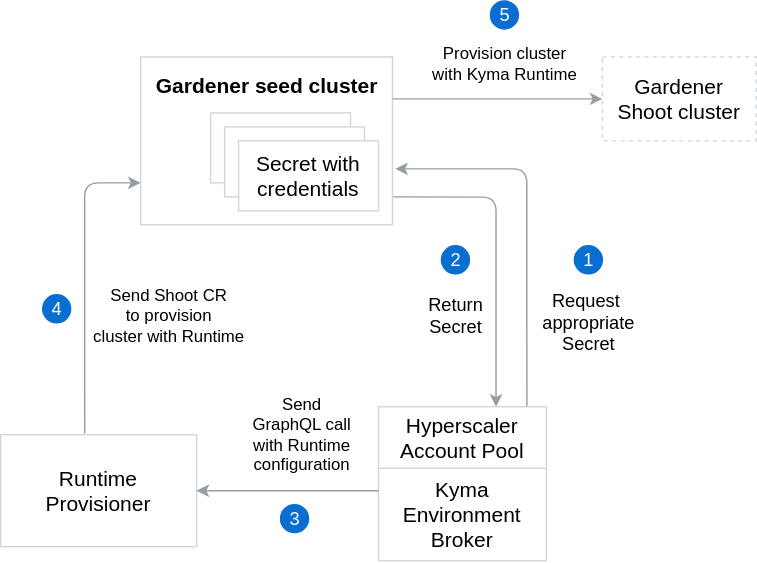
Earlier version of the draw.io export docs/kyma-environment-broker/assets/hap-flow.svg (kyma-project/control-plane). Source tidied: cells renumbered, new cells last; positions are measured from the earlier drawing's top-left corner, leaving out a move shared by most shapes. Source of this version:
```xml
<mxGraphModel>
  <root>
    <mxCell id="0" />
    <mxCell id="1" parent="0" />
    <mxCell id="2" style="endArrow=none;startArrow=classic;html=1;strokeColor=#959CA4;startFill=1;endFill=0;" parent="1" edge="1">
      <mxGeometry relative="1" as="geometry">
        <mxPoint x="354" y="290" as="sourcePoint" />
        <mxPoint x="280" y="140" as="targetPoint" />
        <Array as="points">
          <mxPoint x="354" y="240.3" />
          <mxPoint x="354" y="140.3" />
        </Array>
      </mxGeometry>
    </mxCell>
    <mxCell id="3" style="rounded=0;whiteSpace=wrap;html=1;strokeColor=#D2D5D9;" parent="1" vertex="1">
      <mxGeometry x="100" y="40" width="180" height="120" as="geometry" />
    </mxCell>
    <mxCell id="4" value="&lt;font style=&quot;font-size: 15px&quot;&gt;Gardener &lt;br&gt;Shoot cluster&lt;/font&gt;" style="rounded=0;whiteSpace=wrap;html=1;strokeColor=#D2D5D9;dashed=1;" parent="1" vertex="1">
      <mxGeometry x="430" y="40" width="110" height="60" as="geometry" />
    </mxCell>
    <mxCell id="5" value="&lt;font style=&quot;font-size: 15px&quot;&gt;Runtime &lt;br&gt;Provisioner&lt;/font&gt;" style="rounded=0;whiteSpace=wrap;html=1;strokeColor=#D2D5D9;" parent="1" vertex="1">
      <mxGeometry y="310" width="140" height="80" as="geometry" />
    </mxCell>
    <mxCell id="6" value="&lt;b&gt;&lt;font style=&quot;font-size: 15px&quot;&gt;Gardener seed cluster&lt;/font&gt;&lt;/b&gt;" style="text;html=1;align=center;verticalAlign=middle;" parent="1" vertex="1">
      <mxGeometry x="105" y="50" width="170" height="20" as="geometry" />
    </mxCell>
    <mxCell id="7" value="&lt;font style=&quot;font-size: 15px&quot;&gt;Secret with credentials&lt;/font&gt;" style="rounded=0;whiteSpace=wrap;html=1;strokeColor=#D2D5D9;" parent="1" vertex="1">
      <mxGeometry x="150" y="80" width="100" height="50" as="geometry" />
    </mxCell>
    <mxCell id="8" style="group;" parent="1" vertex="1">
      <mxGeometry x="270" y="290" width="120" height="110" as="geometry" />
    </mxCell>
    <mxCell id="9" value="&lt;font style=&quot;font-size: 15px&quot;&gt;Kyma Environment Broker&lt;/font&gt;" style="rounded=0;whiteSpace=wrap;html=1;strokeColor=#D2D5D9;" parent="8" vertex="1">
      <mxGeometry y="44" width="120" height="66" as="geometry" />
    </mxCell>
    <mxCell id="10" value="&lt;font style=&quot;font-size: 15px&quot;&gt;Hyperscaler Account Pool&lt;/font&gt;" style="rounded=0;whiteSpace=wrap;html=1;strokeColor=#D2D5D9;" parent="8" vertex="1">
      <mxGeometry width="120" height="44" as="geometry" />
    </mxCell>
    <mxCell id="11" style="endArrow=classic;startArrow=none;html=1;strokeColor=#959CA4;startFill=0;exitX=0.884;exitY=-0.006;exitDx=0;exitDy=0;exitPerimeter=0;" parent="1" edge="1" source="10">
      <mxGeometry relative="1" as="geometry">
        <mxPoint x="282" y="120" as="targetPoint" />
        <Array as="points">
          <mxPoint x="376" y="220" />
          <mxPoint x="376" y="120" />
        </Array>
      </mxGeometry>
    </mxCell>
    <mxCell id="12" style="group;" parent="1" vertex="1">
      <mxGeometry x="410" y="175" width="20" height="20" as="geometry" />
    </mxCell>
    <mxCell id="13" style="ellipse;whiteSpace=wrap;html=1;strokeColor=#0A6ED1;fillColor=#0A6ED1;fontColor=#FFFFFF;" parent="12" vertex="1">
      <mxGeometry width="20" height="20" as="geometry" />
    </mxCell>
    <mxCell id="14" value="1" style="text;html=1;align=center;verticalAlign=middle;fillColor=none;strokeColor=none;rounded=0;fontColor=#FFFFFF;fontSize=13;" parent="12" vertex="1">
      <mxGeometry width="20" height="20" as="geometry" />
    </mxCell>
    <mxCell id="15" value="&lt;font style=&quot;font-size: 13px&quot;&gt;Request&amp;nbsp;&lt;br&gt;appropriate&lt;br&gt;Secret&lt;br&gt;&lt;/font&gt;" style="text;html=1;align=center;verticalAlign=middle;" parent="1" vertex="1">
      <mxGeometry x="380" y="205" width="80" height="50" as="geometry" />
    </mxCell>
    <mxCell id="16" style="endArrow=classic;startArrow=none;html=1;entryX=1;entryY=0.5;entryDx=0;entryDy=0;strokeColor=#959CA4;startFill=0;" parent="1" edge="1" target="5">
      <mxGeometry relative="1" as="geometry">
        <mxPoint x="270" y="350" as="sourcePoint" />
        <Array as="points">
          <mxPoint x="210" y="350" />
        </Array>
      </mxGeometry>
    </mxCell>
    <mxCell id="17" style="group;" parent="1" vertex="1">
      <mxGeometry x="200" y="360" width="20" height="20" as="geometry" />
    </mxCell>
    <mxCell id="18" style="ellipse;whiteSpace=wrap;html=1;strokeColor=#0A6ED1;fillColor=#0A6ED1;fontColor=#FFFFFF;" parent="17" vertex="1">
      <mxGeometry width="20" height="20" as="geometry" />
    </mxCell>
    <mxCell id="19" value="3" style="text;html=1;align=center;verticalAlign=middle;fillColor=none;strokeColor=none;rounded=0;fontColor=#FFFFFF;fontSize=13;" parent="17" vertex="1">
      <mxGeometry width="20" height="20" as="geometry" />
    </mxCell>
    <mxCell id="20" value="Send &lt;br&gt;GraphQL call &lt;br&gt;with Runtime &lt;br&gt;configuration" style="text;html=1;align=center;verticalAlign=middle;" parent="1" vertex="1">
      <mxGeometry x="170" y="280" width="90" height="60" as="geometry" />
    </mxCell>
    <mxCell id="21" value="&lt;font style=&quot;font-size: 15px&quot;&gt;Secret with credentials&lt;/font&gt;" style="rounded=0;whiteSpace=wrap;html=1;strokeColor=#D2D5D9;" parent="1" vertex="1">
      <mxGeometry x="160" y="90" width="100" height="50" as="geometry" />
    </mxCell>
    <mxCell id="22" value="&lt;font style=&quot;font-size: 15px&quot;&gt;Secret with credentials&lt;/font&gt;" style="rounded=0;whiteSpace=wrap;html=1;strokeColor=#D2D5D9;" parent="1" vertex="1">
      <mxGeometry x="170" y="100" width="100" height="50" as="geometry" />
    </mxCell>
    <mxCell id="23" style="endArrow=classic;startArrow=none;html=1;entryX=0;entryY=0.75;entryDx=0;entryDy=0;strokeColor=#959CA4;startFill=0;exitX=0.429;exitY=-0.012;exitDx=0;exitDy=0;exitPerimeter=0;" parent="1" edge="1" source="5" target="3">
      <mxGeometry relative="1" as="geometry">
        <Array as="points">
          <mxPoint x="60" y="270" />
          <mxPoint x="60" y="130" />
        </Array>
      </mxGeometry>
    </mxCell>
    <mxCell id="24" style="group;" parent="1" vertex="1">
      <mxGeometry x="30" y="210" width="20" height="20" as="geometry" />
    </mxCell>
    <mxCell id="25" style="ellipse;whiteSpace=wrap;html=1;strokeColor=#0A6ED1;fillColor=#0A6ED1;fontColor=#FFFFFF;" parent="24" vertex="1">
      <mxGeometry width="20" height="20" as="geometry" />
    </mxCell>
    <mxCell id="26" value="4" style="text;html=1;align=center;verticalAlign=middle;fillColor=none;strokeColor=none;rounded=0;fontColor=#FFFFFF;fontSize=13;" parent="24" vertex="1">
      <mxGeometry width="20" height="20" as="geometry" />
    </mxCell>
    <mxCell id="27" value="Send Shoot CR &lt;br&gt;to provision &lt;br&gt;cluster with Runtime" style="text;html=1;align=center;verticalAlign=middle;" parent="1" vertex="1">
      <mxGeometry x="60" y="200" width="120" height="50" as="geometry" />
    </mxCell>
    <mxCell id="28" style="group;" parent="1" vertex="1">
      <mxGeometry x="315" y="175" width="20" height="20" as="geometry" />
    </mxCell>
    <mxCell id="29" style="ellipse;whiteSpace=wrap;html=1;strokeColor=#0A6ED1;fillColor=#0A6ED1;fontColor=#FFFFFF;" parent="28" vertex="1">
      <mxGeometry width="20" height="20" as="geometry" />
    </mxCell>
    <mxCell id="30" value="2" style="text;html=1;align=center;verticalAlign=middle;fillColor=none;strokeColor=none;rounded=0;fontColor=#FFFFFF;fontSize=13;" parent="28" vertex="1">
      <mxGeometry width="20" height="20" as="geometry" />
    </mxCell>
    <mxCell id="31" value="&lt;font style=&quot;font-size: 13px&quot;&gt;Return&lt;br&gt;Secret&lt;br&gt;&lt;/font&gt;" style="text;html=1;align=center;verticalAlign=middle;" parent="1" vertex="1">
      <mxGeometry x="300" y="210" width="50" height="30" as="geometry" />
    </mxCell>
    <mxCell id="32" style="endArrow=classic;startArrow=none;html=1;entryX=0;entryY=0.5;entryDx=0;entryDy=0;strokeColor=#959CA4;startFill=0;exitX=1;exitY=0.25;exitDx=0;exitDy=0;" parent="1" edge="1" source="3" target="4">
      <mxGeometry relative="1" as="geometry" />
    </mxCell>
    <mxCell id="33" style="group;" parent="1" vertex="1">
      <mxGeometry x="350" width="20" height="20" as="geometry" />
    </mxCell>
    <mxCell id="34" style="ellipse;whiteSpace=wrap;html=1;strokeColor=#0A6ED1;fillColor=#0A6ED1;fontColor=#FFFFFF;" parent="33" vertex="1">
      <mxGeometry width="20" height="20" as="geometry" />
    </mxCell>
    <mxCell id="35" value="5" style="text;html=1;align=center;verticalAlign=middle;fillColor=none;strokeColor=none;rounded=0;fontColor=#FFFFFF;fontSize=13;" parent="33" vertex="1">
      <mxGeometry width="20" height="20" as="geometry" />
    </mxCell>
    <mxCell id="36" value="Provision cluster &lt;br&gt;with Kyma Runtime" style="text;html=1;align=center;verticalAlign=middle;" parent="1" vertex="1">
      <mxGeometry x="300" y="30" width="120" height="30" as="geometry" />
    </mxCell>
  </root>
</mxGraphModel>
```
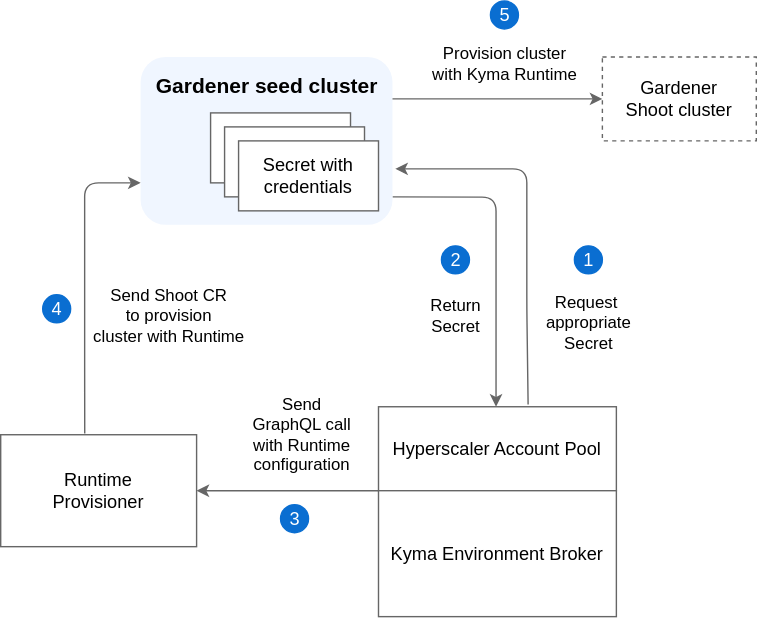
Later version of the same file.

Change to the diagram source:
```diff
@@ -2,7 +2,7 @@
   <root>
     <mxCell id="0" />
     <mxCell id="1" parent="0" />
-    <mxCell id="2" style="endArrow=none;startArrow=classic;html=1;strokeColor=#959CA4;startFill=1;endFill=0;" parent="1" edge="1">
+    <mxCell id="2" style="endArrow=none;startArrow=classic;html=1;strokeColor=#666666;startFill=1;endFill=0;" parent="1" edge="1">
       <mxGeometry relative="1" as="geometry">
         <mxPoint x="354" y="290" as="sourcePoint" />
         <mxPoint x="280" y="140" as="targetPoint" />
@@ -12,31 +12,22 @@
         </Array>
       </mxGeometry>
     </mxCell>
-    <mxCell id="3" style="rounded=0;whiteSpace=wrap;html=1;strokeColor=#D2D5D9;" parent="1" vertex="1">
+    <mxCell id="3" style="rounded=1;whiteSpace=wrap;html=1;strokeColor=none;fillColor=#F0F6FF;" parent="1" vertex="1">
       <mxGeometry x="100" y="40" width="180" height="120" as="geometry" />
     </mxCell>
-    <mxCell id="4" value="&lt;font style=&quot;font-size: 15px&quot;&gt;Gardener &lt;br&gt;Shoot cluster&lt;/font&gt;" style="rounded=0;whiteSpace=wrap;html=1;strokeColor=#D2D5D9;dashed=1;" parent="1" vertex="1">
+    <mxCell id="4" value="&lt;font style=&quot;font-size: 13px&quot;&gt;Gardener &lt;br&gt;Shoot cluster&lt;/font&gt;" style="rounded=0;whiteSpace=wrap;html=1;strokeColor=#666666;dashed=1;" parent="1" vertex="1">
       <mxGeometry x="430" y="40" width="110" height="60" as="geometry" />
     </mxCell>
-    <mxCell id="5" value="&lt;font style=&quot;font-size: 15px&quot;&gt;Runtime &lt;br&gt;Provisioner&lt;/font&gt;" style="rounded=0;whiteSpace=wrap;html=1;strokeColor=#D2D5D9;" parent="1" vertex="1">
+    <mxCell id="5" value="&lt;font style=&quot;font-size: 13px&quot;&gt;Runtime &lt;br&gt;Provisioner&lt;/font&gt;" style="rounded=0;whiteSpace=wrap;html=1;strokeColor=#666666;" parent="1" vertex="1">
       <mxGeometry y="310" width="140" height="80" as="geometry" />
     </mxCell>
     <mxCell id="6" value="&lt;b&gt;&lt;font style=&quot;font-size: 15px&quot;&gt;Gardener seed cluster&lt;/font&gt;&lt;/b&gt;" style="text;html=1;align=center;verticalAlign=middle;" parent="1" vertex="1">
       <mxGeometry x="105" y="50" width="170" height="20" as="geometry" />
     </mxCell>
-    <mxCell id="7" value="&lt;font style=&quot;font-size: 15px&quot;&gt;Secret with credentials&lt;/font&gt;" style="rounded=0;whiteSpace=wrap;html=1;strokeColor=#D2D5D9;" parent="1" vertex="1">
+    <mxCell id="7" value="&lt;font style=&quot;font-size: 15px&quot;&gt;Secret with credentials&lt;/font&gt;" style="rounded=0;whiteSpace=wrap;html=1;strokeColor=#666666;" parent="1" vertex="1">
       <mxGeometry x="150" y="80" width="100" height="50" as="geometry" />
     </mxCell>
-    <mxCell id="8" style="group;" parent="1" vertex="1">
-      <mxGeometry x="270" y="290" width="120" height="110" as="geometry" />
-    </mxCell>
-    <mxCell id="9" value="&lt;font style=&quot;font-size: 15px&quot;&gt;Kyma Environment Broker&lt;/font&gt;" style="rounded=0;whiteSpace=wrap;html=1;strokeColor=#D2D5D9;" parent="8" vertex="1">
-      <mxGeometry y="44" width="120" height="66" as="geometry" />
-    </mxCell>
-    <mxCell id="10" value="&lt;font style=&quot;font-size: 15px&quot;&gt;Hyperscaler Account Pool&lt;/font&gt;" style="rounded=0;whiteSpace=wrap;html=1;strokeColor=#D2D5D9;" parent="8" vertex="1">
-      <mxGeometry width="120" height="44" as="geometry" />
-    </mxCell>
-    <mxCell id="11" style="endArrow=classic;startArrow=none;html=1;strokeColor=#959CA4;startFill=0;exitX=0.884;exitY=-0.006;exitDx=0;exitDy=0;exitPerimeter=0;" parent="1" edge="1" source="10">
+    <mxCell id="11" style="endArrow=classic;startArrow=none;html=1;strokeColor=#666666;startFill=0;exitX=0.629;exitY=-0.027;exitDx=0;exitDy=0;exitPerimeter=0;" parent="1" edge="1" source="10">
       <mxGeometry relative="1" as="geometry">
         <mxPoint x="282" y="120" as="targetPoint" />
         <Array as="points">
@@ -54,10 +45,10 @@
     <mxCell id="14" value="1" style="text;html=1;align=center;verticalAlign=middle;fillColor=none;strokeColor=none;rounded=0;fontColor=#FFFFFF;fontSize=13;" parent="12" vertex="1">
       <mxGeometry width="20" height="20" as="geometry" />
     </mxCell>
-    <mxCell id="15" value="&lt;font style=&quot;font-size: 13px&quot;&gt;Request&amp;nbsp;&lt;br&gt;appropriate&lt;br&gt;Secret&lt;br&gt;&lt;/font&gt;" style="text;html=1;align=center;verticalAlign=middle;" parent="1" vertex="1">
+    <mxCell id="15" value="&lt;font style=&quot;font-size: 12px&quot;&gt;Request&amp;nbsp;&lt;br&gt;appropriate&lt;br&gt;Secret&lt;br&gt;&lt;/font&gt;" style="text;html=1;align=center;verticalAlign=middle;" parent="1" vertex="1">
       <mxGeometry x="380" y="205" width="80" height="50" as="geometry" />
     </mxCell>
-    <mxCell id="16" style="endArrow=classic;startArrow=none;html=1;entryX=1;entryY=0.5;entryDx=0;entryDy=0;strokeColor=#959CA4;startFill=0;" parent="1" edge="1" target="5">
+    <mxCell id="16" style="endArrow=classic;startArrow=none;html=1;entryX=1;entryY=0.5;entryDx=0;entryDy=0;strokeColor=#666666;startFill=0;" parent="1" edge="1" target="5">
       <mxGeometry relative="1" as="geometry">
         <mxPoint x="270" y="350" as="sourcePoint" />
         <Array as="points">
@@ -77,13 +68,13 @@
     <mxCell id="20" value="Send &lt;br&gt;GraphQL call &lt;br&gt;with Runtime &lt;br&gt;configuration" style="text;html=1;align=center;verticalAlign=middle;" parent="1" vertex="1">
       <mxGeometry x="170" y="280" width="90" height="60" as="geometry" />
     </mxCell>
-    <mxCell id="21" value="&lt;font style=&quot;font-size: 15px&quot;&gt;Secret with credentials&lt;/font&gt;" style="rounded=0;whiteSpace=wrap;html=1;strokeColor=#D2D5D9;" parent="1" vertex="1">
+    <mxCell id="21" value="&lt;font style=&quot;font-size: 15px&quot;&gt;Secret with credentials&lt;/font&gt;" style="rounded=0;whiteSpace=wrap;html=1;strokeColor=#666666;" parent="1" vertex="1">
       <mxGeometry x="160" y="90" width="100" height="50" as="geometry" />
     </mxCell>
-    <mxCell id="22" value="&lt;font style=&quot;font-size: 15px&quot;&gt;Secret with credentials&lt;/font&gt;" style="rounded=0;whiteSpace=wrap;html=1;strokeColor=#D2D5D9;" parent="1" vertex="1">
+    <mxCell id="22" value="&lt;font style=&quot;font-size: 13px&quot;&gt;Secret with credentials&lt;/font&gt;" style="rounded=0;whiteSpace=wrap;html=1;strokeColor=#666666;" parent="1" vertex="1">
       <mxGeometry x="170" y="100" width="100" height="50" as="geometry" />
     </mxCell>
-    <mxCell id="23" style="endArrow=classic;startArrow=none;html=1;entryX=0;entryY=0.75;entryDx=0;entryDy=0;strokeColor=#959CA4;startFill=0;exitX=0.429;exitY=-0.012;exitDx=0;exitDy=0;exitPerimeter=0;" parent="1" edge="1" source="5" target="3">
+    <mxCell id="23" style="endArrow=classic;startArrow=none;html=1;entryX=0;entryY=0.75;entryDx=0;entryDy=0;strokeColor=#666666;startFill=0;exitX=0.429;exitY=-0.012;exitDx=0;exitDy=0;exitPerimeter=0;" parent="1" edge="1" source="5" target="3">
       <mxGeometry relative="1" as="geometry">
         <Array as="points">
           <mxPoint x="60" y="270" />
@@ -112,10 +103,10 @@
     <mxCell id="30" value="2" style="text;html=1;align=center;verticalAlign=middle;fillColor=none;strokeColor=none;rounded=0;fontColor=#FFFFFF;fontSize=13;" parent="28" vertex="1">
       <mxGeometry width="20" height="20" as="geometry" />
     </mxCell>
-    <mxCell id="31" value="&lt;font style=&quot;font-size: 13px&quot;&gt;Return&lt;br&gt;Secret&lt;br&gt;&lt;/font&gt;" style="text;html=1;align=center;verticalAlign=middle;" parent="1" vertex="1">
+    <mxCell id="31" value="&lt;font style=&quot;font-size: 12px&quot;&gt;Return&lt;br&gt;Secret&lt;br&gt;&lt;/font&gt;" style="text;html=1;align=center;verticalAlign=middle;" parent="1" vertex="1">
       <mxGeometry x="300" y="210" width="50" height="30" as="geometry" />
     </mxCell>
-    <mxCell id="32" style="endArrow=classic;startArrow=none;html=1;entryX=0;entryY=0.5;entryDx=0;entryDy=0;strokeColor=#959CA4;startFill=0;exitX=1;exitY=0.25;exitDx=0;exitDy=0;" parent="1" edge="1" source="3" target="4">
+    <mxCell id="32" style="endArrow=classic;startArrow=none;html=1;entryX=0;entryY=0.5;entryDx=0;entryDy=0;strokeColor=#666666;startFill=0;exitX=1;exitY=0.25;exitDx=0;exitDy=0;" parent="1" edge="1" source="3" target="4">
       <mxGeometry relative="1" as="geometry" />
     </mxCell>
     <mxCell id="33" style="group;" parent="1" vertex="1">
@@ -130,5 +121,11 @@
     <mxCell id="36" value="Provision cluster &lt;br&gt;with Kyma Runtime" style="text;html=1;align=center;verticalAlign=middle;" parent="1" vertex="1">
       <mxGeometry x="300" y="30" width="120" height="30" as="geometry" />
     </mxCell>
+    <mxCell id="10" value="&lt;font style=&quot;font-size: 13px&quot;&gt;Hyperscaler Account Pool&lt;/font&gt;" style="rounded=0;whiteSpace=wrap;html=1;strokeColor=#666666;" parent="1" vertex="1">
+      <mxGeometry x="270" y="290" width="170" height="60" as="geometry" />
+    </mxCell>
+    <mxCell id="9" value="&lt;font style=&quot;font-size: 13px&quot;&gt;Kyma Environment Broker&lt;/font&gt;" style="rounded=0;whiteSpace=wrap;html=1;strokeColor=#666666;" parent="1" vertex="1">
+      <mxGeometry x="270" y="350" width="170" height="90" as="geometry" />
+    </mxCell>
   </root>
 </mxGraphModel>
```
